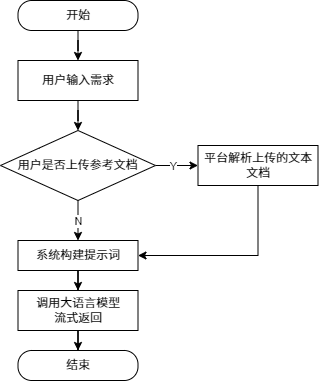
Earlier version of the draw.io export figures/drawio/AI大纲流程图.drawio.png (agiantii/appt-thesis). Source tidied: cells renumbered, new cells last; positions are measured from the earlier drawing's top-left corner, leaving out a move shared by most shapes. Source of this version:
```xml
<mxGraphModel>
  <root>
    <mxCell id="0" />
    <mxCell id="1" parent="0" />
    <mxCell id="2" style="edgeStyle=orthogonalEdgeStyle;rounded=0;jettySize=auto;html=1;" parent="1" edge="1" source="3" target="5">
      <mxGeometry relative="1" as="geometry" />
    </mxCell>
    <mxCell id="3" value="开始" style="rounded=1;whiteSpace=wrap;html=1;arcSize=46;" parent="1" vertex="1">
      <mxGeometry x="17.5" width="120" height="30" as="geometry" />
    </mxCell>
    <mxCell id="4" style="edgeStyle=orthogonalEdgeStyle;rounded=0;jettySize=auto;html=1;" parent="1" edge="1" source="5" target="10">
      <mxGeometry relative="1" as="geometry" />
    </mxCell>
    <mxCell id="5" value="用户输入需求" style="rounded=1;whiteSpace=wrap;html=1;arcSize=0;" parent="1" vertex="1">
      <mxGeometry x="17.5" y="60" width="120" height="40" as="geometry" />
    </mxCell>
    <mxCell id="6" style="edgeStyle=orthogonalEdgeStyle;rounded=0;jettySize=auto;html=1;" parent="1" edge="1" source="10" target="11">
      <mxGeometry relative="1" as="geometry" />
    </mxCell>
    <mxCell id="7" value="Y" style="edgeLabel;html=1;align=center;verticalAlign=middle;" parent="6" vertex="1">
      <mxGeometry x="-0.16" y="-1" relative="1" as="geometry" />
    </mxCell>
    <mxCell id="8" style="edgeStyle=orthogonalEdgeStyle;rounded=0;jettySize=auto;html=1;" parent="1" edge="1" source="10" target="13">
      <mxGeometry relative="1" as="geometry" />
    </mxCell>
    <mxCell id="9" value="N" style="edgeLabel;html=1;align=center;verticalAlign=middle;" parent="8" vertex="1">
      <mxGeometry x="-0.14" y="3" relative="1" as="geometry">
        <mxPoint x="-3" y="3" as="offset" />
      </mxGeometry>
    </mxCell>
    <mxCell id="10" value="用户是否上传参考文档" style="rhombus;whiteSpace=wrap;html=1;rounded=1;arcSize=0;" parent="1" vertex="1">
      <mxGeometry y="130" width="155" height="70" as="geometry" />
    </mxCell>
    <mxCell id="11" value="平台解析上传的文本文档" style="whiteSpace=wrap;html=1;rounded=1;arcSize=0;" parent="1" vertex="1">
      <mxGeometry x="197.5" y="145" width="120" height="40" as="geometry" />
    </mxCell>
    <mxCell id="12" style="edgeStyle=orthogonalEdgeStyle;rounded=0;jettySize=auto;html=1;" parent="1" edge="1" source="13" target="16">
      <mxGeometry relative="1" as="geometry" />
    </mxCell>
    <mxCell id="13" value="系统构建提示词" style="whiteSpace=wrap;html=1;rounded=1;arcSize=0;" parent="1" vertex="1">
      <mxGeometry x="17.5" y="240" width="120" height="30" as="geometry" />
    </mxCell>
    <mxCell id="14" style="endArrow=classic;html=1;rounded=0;exitX=0.5;exitY=1;exitDx=0;exitDy=0;entryX=1;entryY=0.5;entryDx=0;entryDy=0;" parent="1" edge="1" source="11" target="13">
      <mxGeometry relative="1" as="geometry">
        <Array as="points">
          <mxPoint x="257.5" y="255" />
        </Array>
      </mxGeometry>
    </mxCell>
    <mxCell id="15" style="edgeStyle=orthogonalEdgeStyle;rounded=0;jettySize=auto;html=1;entryX=0.5;entryY=0;entryDx=0;entryDy=0;" parent="1" edge="1" source="16" target="17">
      <mxGeometry relative="1" as="geometry" />
    </mxCell>
    <mxCell id="16" value="调用大语言模型&lt;div&gt;流式返回&lt;/div&gt;" style="whiteSpace=wrap;html=1;rounded=1;arcSize=0;" parent="1" vertex="1">
      <mxGeometry x="17.5" y="290" width="120" height="40" as="geometry" />
    </mxCell>
    <mxCell id="17" value="结束" style="rounded=1;whiteSpace=wrap;html=1;arcSize=46;" parent="1" vertex="1">
      <mxGeometry x="17.5" y="350" width="120" height="30" as="geometry" />
    </mxCell>
  </root>
</mxGraphModel>
```
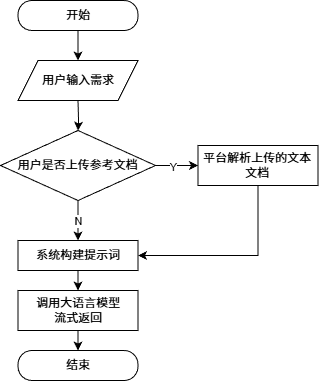
The same file after the commit.

Commit message:
figures: 修改流程图输入为平行四边形

What changed in the source:
```diff
@@ -2,18 +2,19 @@
   <root>
     <mxCell id="0" />
     <mxCell id="1" parent="0" />
-    <mxCell id="2" style="edgeStyle=orthogonalEdgeStyle;rounded=0;jettySize=auto;html=1;" parent="1" edge="1" source="3" target="5">
-      <mxGeometry relative="1" as="geometry" />
+    <mxCell id="2" style="edgeStyle=orthogonalEdgeStyle;rounded=0;jettySize=auto;html=1;" parent="1" edge="1" source="3">
+      <mxGeometry relative="1" as="geometry">
+        <mxPoint x="77.5" y="60" as="targetPoint" />
+      </mxGeometry>
     </mxCell>
     <mxCell id="3" value="开始" style="rounded=1;whiteSpace=wrap;html=1;arcSize=46;" parent="1" vertex="1">
       <mxGeometry x="17.5" width="120" height="30" as="geometry" />
     </mxCell>
-    <mxCell id="4" style="edgeStyle=orthogonalEdgeStyle;rounded=0;jettySize=auto;html=1;" parent="1" edge="1" source="5" target="10">
-      <mxGeometry relative="1" as="geometry" />
+    <mxCell id="4" style="edgeStyle=orthogonalEdgeStyle;rounded=0;jettySize=auto;html=1;" parent="1" edge="1" target="10">
+      <mxGeometry relative="1" as="geometry">
+        <mxPoint x="77.5" y="100" as="sourcePoint" />
+      </mxGeometry>
     </mxCell>
-    <mxCell id="5" value="用户输入需求" style="rounded=1;whiteSpace=wrap;html=1;arcSize=0;" parent="1" vertex="1">
-      <mxGeometry x="17.5" y="60" width="120" height="40" as="geometry" />
-    </mxCell>
     <mxCell id="6" style="edgeStyle=orthogonalEdgeStyle;rounded=0;jettySize=auto;html=1;" parent="1" edge="1" source="10" target="11">
       <mxGeometry relative="1" as="geometry" />
     </mxCell>
@@ -56,5 +57,8 @@
     <mxCell id="17" value="结束" style="rounded=1;whiteSpace=wrap;html=1;arcSize=46;" parent="1" vertex="1">
       <mxGeometry x="17.5" y="350" width="120" height="30" as="geometry" />
     </mxCell>
+    <mxCell id="5" value="&lt;span style=&quot;color: rgb(0, 0, 0);&quot;&gt;用户输入需求&lt;/span&gt;" style="shape=parallelogram;perimeter=parallelogramPerimeter;whiteSpace=wrap;html=1;fixedSize=1;" parent="1" vertex="1">
+      <mxGeometry x="17.5" y="60" width="120" height="40" as="geometry" />
+    </mxCell>
   </root>
 </mxGraphModel>
```
